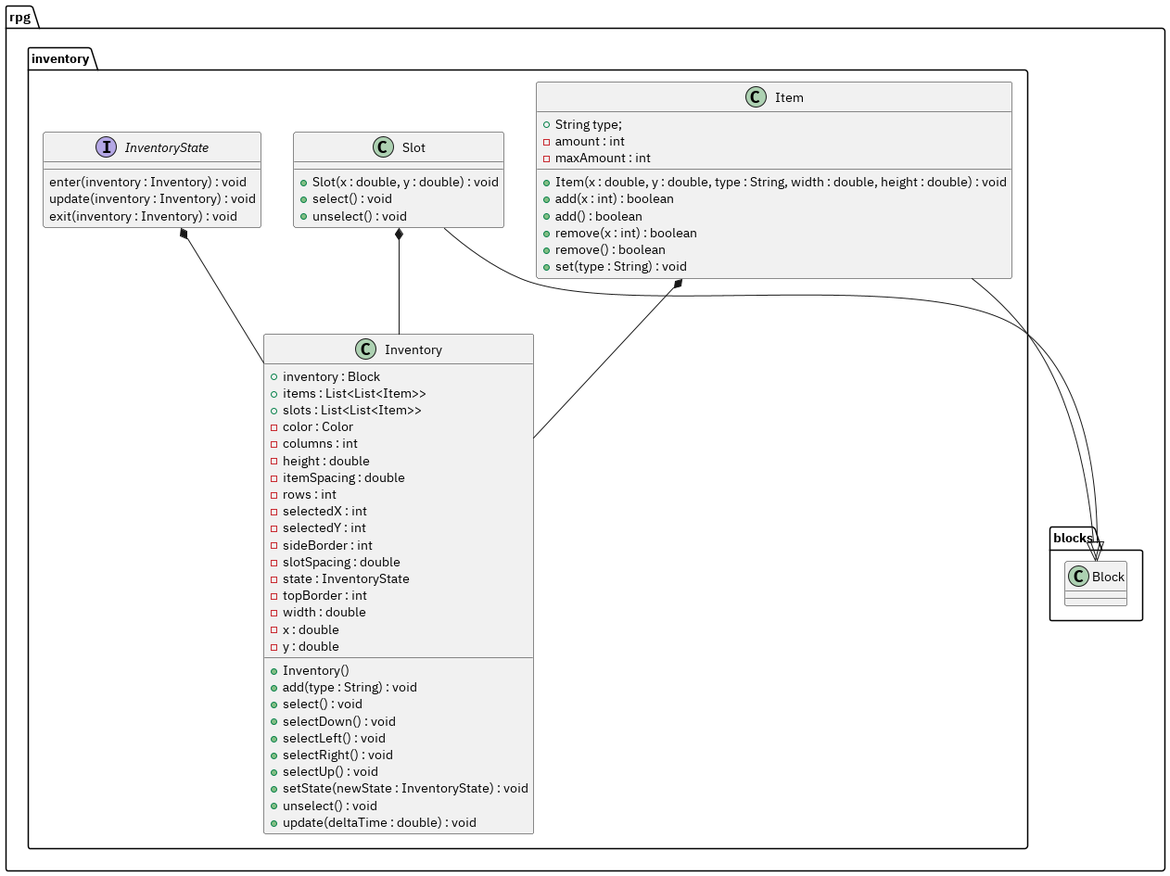
Before: docs/uml/class/inventory_inventory.png, a diagram exported from PlantUML (trueNAHO/university-programming-fundamentals-2).
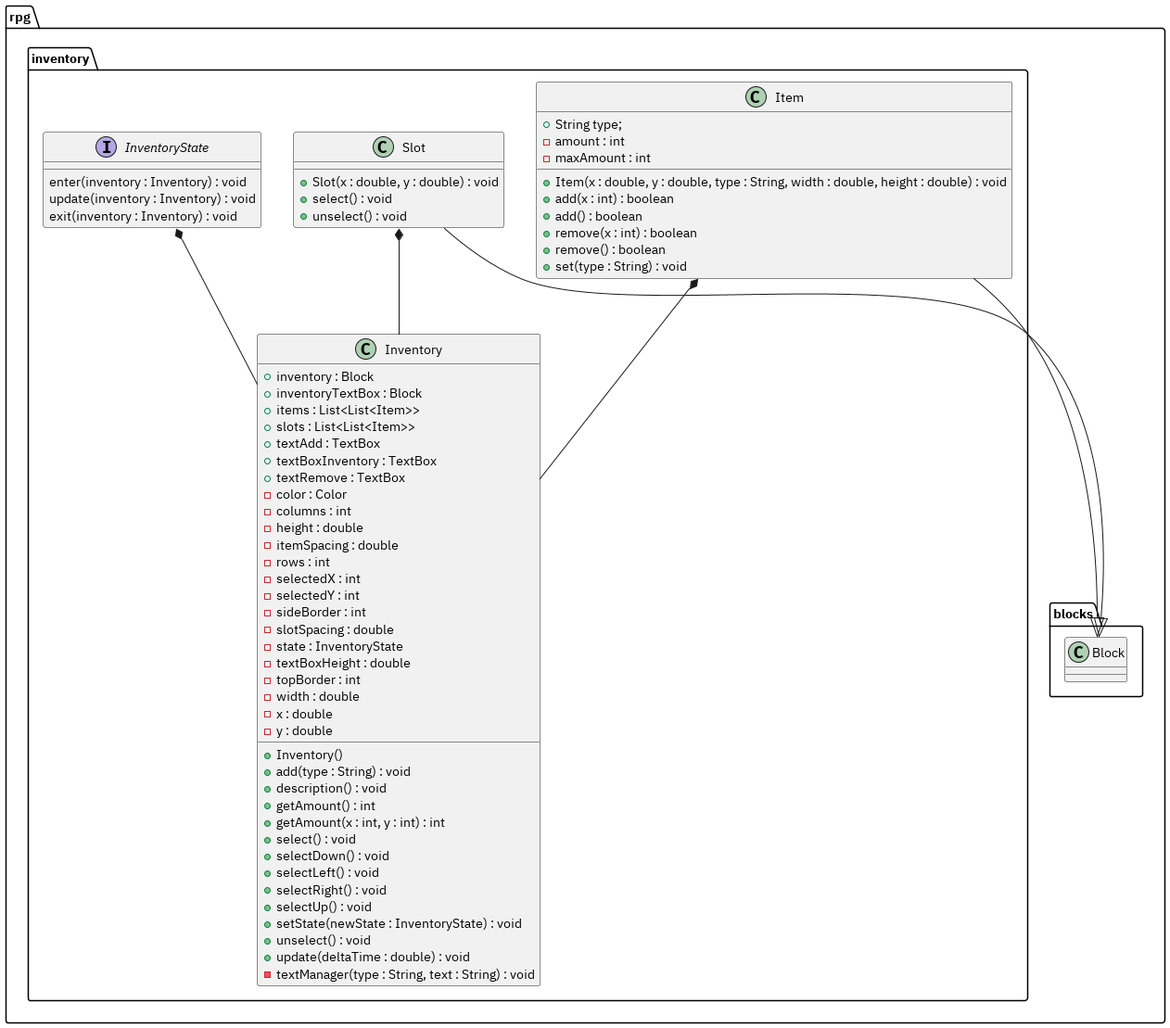
After the change.

Diff of the diagram source:
```diff
@@ -4,8 +4,12 @@
     package inventory {
         class Inventory {
             +inventory : Block
+            +inventoryTextBox : Block
             +items : List<List<Item>>
             +slots : List<List<Item>>
+            +textAdd : TextBox
+            +textBoxInventory : TextBox
+            +textRemove : TextBox
             -color : Color
             -columns : int
             -height : double
@@ -16,6 +20,7 @@
             -sideBorder : int
             -slotSpacing : double
             -state : InventoryState
+            -textBoxHeight : double
             -topBorder : int
             -width : double
             -x : double
@@ -23,6 +28,9 @@
 
             +Inventory()
             +add(type : String) : void
+            +description() : void
+            +getAmount() : int
+            +getAmount(x : int, y : int) : int
             +select() : void
             +selectDown() : void
             +selectLeft() : void
@@ -31,6 +39,7 @@
             +setState(newState : InventoryState) : void
             +unselect() : void
             +update(deltaTime : double) : void
+            -textManager(type : String, text : String) : void
         }
 
         class Item {
```
